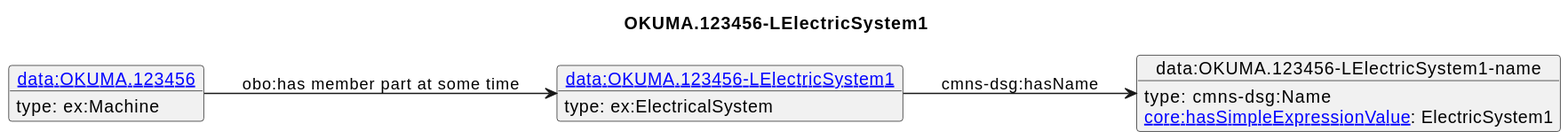
Before: diagrams/OKUMA.123456-LElectricSystem1.svg, a diagram exported from PlantUML (iofoundry/example-syseng-mtconnect). Source of this version:
```plantuml
@startuml
skinparam linetype polyline
left to right direction
title OKUMA.123456-LElectricSystem1
object "[[./OKUMA.123456-LElectricSystem1.html data:OKUMA.123456-LElectricSystem1]]" as o1 {
 type: ex:ElectricalSystem
}
object "data:OKUMA.123456-LElectricSystem1-name" as o2 {
 type: cmns-dsg:Name
}
object "[[./OKUMA.123456.html data:OKUMA.123456]]" as o3 {
 type: ex:Machine
}
o1 --> o2 : cmns-dsg:hasName
o2 : [[https://spec.industrialontologies.org/ontology/core/Core/hasSimpleExpressionValue core:hasSimpleExpressionValue]]: ElectricSystem1
o3 --> o1 : obo:has member part at some time
@enduml
```
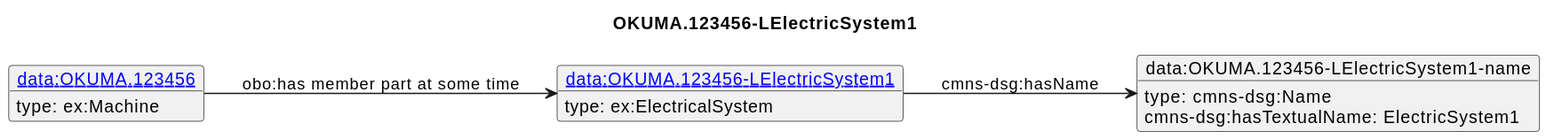
After the commit.

What changed in the source:
```diff
@@ -12,6 +12,6 @@
  type: ex:Machine
 }
 o1 --> o2 : cmns-dsg:hasName
-o2 : [[https://spec.industrialontologies.org/ontology/core/Core/hasSimpleExpressionValue core:hasSimpleExpressionValue]]: ElectricSystem1
+o2 : cmns-dsg:hasTextualName: ElectricSystem1
 o3 --> o1 : obo:has member part at some time
 @enduml
```
